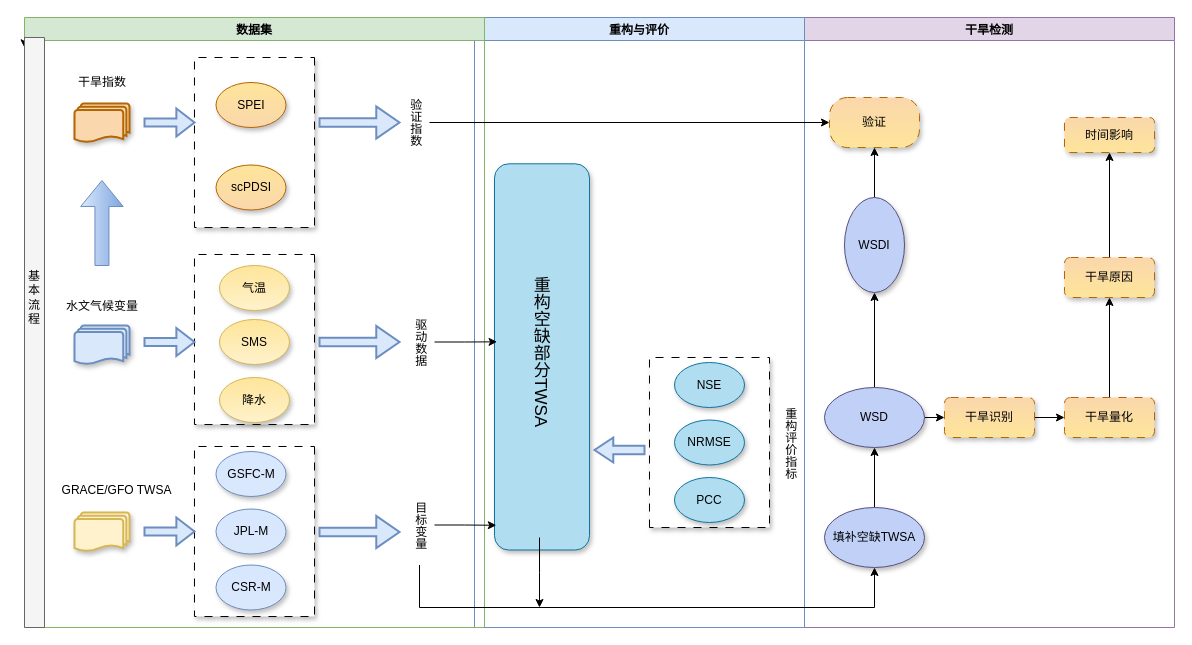
The draw.io diagram Drought.drawio in lesmorts/Notes, before the edit. Source tidied: cells renumbered, new cells numbered last; positions are measured from the earlier drawing's top-left corner, leaving out a move shared by most shapes. Both pictures are drawn from the tidied source at 100%, with x=0, y=0 at pixel (24, 17).
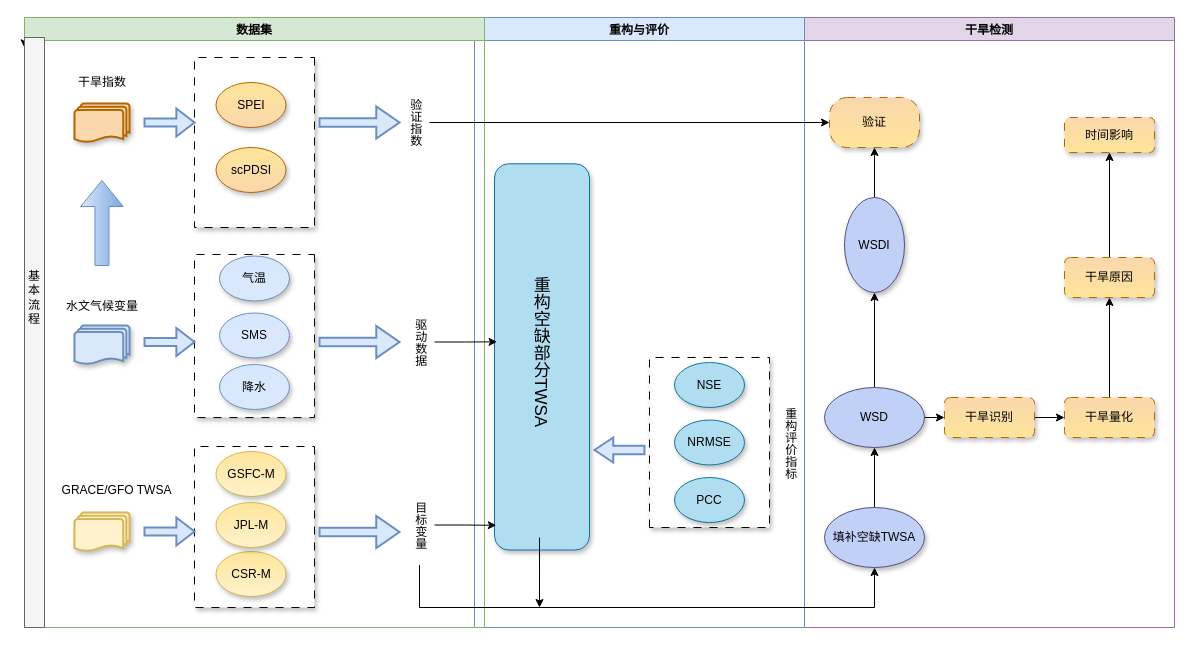
Above is the later version.

The change refers to these unchanged cells:
```xml
<mxCell id="27" value="数据集" style="swimlane;fillColor=#d5e8d4;strokeColor=#82b366;" parent="1" vertex="1">
  <mxGeometry width="460" height="610" as="geometry" />
</mxCell>
```

The edit, as a diff of the source:
```diff
@@
     <mxCell id="35" style="rounded=0;whiteSpace=wrap;html=1;arcSize=15;glass=0;dashed=1;dashPattern=8 8;shadow=1;direction=south;" parent="27" vertex="1">
-      <mxGeometry x="170" y="429" width="120" height="170" as="geometry" />
+      <mxGeometry x="170" y="429" width="120" height="161" as="geometry" />
     </mxCell>
-    <mxCell id="36" value="CSR-M" style="ellipse;whiteSpace=wrap;html=1;fillColor=#dae8fc;gradientColor=#d7e7fe;strokeColor=#6c8ebf;align=center;verticalAlign=middle;fontFamily=Helvetica;fontSize=12;fontColor=default;shadow=1;direction=west;" parent="27" vertex="1">
-      <mxGeometry x="191.5" y="547.5" width="70" height="45" as="geometry" />
+    <mxCell id="36" value="CSR-M" style="ellipse;whiteSpace=wrap;html=1;fillColor=#fff2cc;gradientColor=#fee59a;strokeColor=#d6b656;align=center;verticalAlign=middle;fontFamily=Helvetica;fontSize=12;fontColor=default;shadow=1;direction=west;" parent="27" vertex="1">
+      <mxGeometry x="191.5" y="534" width="70" height="45" as="geometry" />
     </mxCell>
-    <mxCell id="37" value="GSFC-M" style="ellipse;whiteSpace=wrap;html=1;fillColor=#dae8fc;gradientColor=#d7e7fe;strokeColor=#6c8ebf;shadow=1;direction=west;" parent="27" vertex="1">
+    <mxCell id="37" value="GSFC-M" style="ellipse;whiteSpace=wrap;html=1;fillColor=#fff2cc;gradientColor=#fee59a;strokeColor=#d6b656;shadow=1;direction=west;align=center;verticalAlign=middle;fontFamily=Helvetica;fontSize=12;fontColor=default;" parent="27" vertex="1">
       <mxGeometry x="191.5" y="434" width="70" height="45" as="geometry" />
     </mxCell>
-    <mxCell id="38" value="JPL-M" style="ellipse;whiteSpace=wrap;html=1;gradientColor=#d7e7fe;fillColor=#dae8fc;strokeColor=#6c8ebf;align=center;verticalAlign=middle;fontFamily=Helvetica;fontSize=12;fontColor=default;shadow=1;direction=west;" parent="27" vertex="1">
-      <mxGeometry x="191.5" y="491.5" width="70" height="45" as="geometry" />
+    <mxCell id="38" value="JPL-M" style="ellipse;whiteSpace=wrap;html=1;gradientColor=#fee59a;fillColor=#fff2cc;strokeColor=#d6b656;align=center;verticalAlign=middle;fontFamily=Helvetica;fontSize=12;fontColor=default;shadow=1;direction=west;" parent="27" vertex="1">
+      <mxGeometry x="191.5" y="485" width="70" height="45" as="geometry" />
     </mxCell>
@@
     <mxCell id="40" value="scPDSI" style="ellipse;whiteSpace=wrap;html=1;fillColor=#fad7ac;gradientColor=#fee59a;strokeColor=#b46504;align=center;verticalAlign=middle;fontFamily=Helvetica;fontSize=12;shadow=1;fontColor=default;direction=west;" parent="27" vertex="1">
-      <mxGeometry x="191.5" y="147.5" width="70" height="45" as="geometry" />
+      <mxGeometry x="191.5" y="130" width="70" height="45" as="geometry" />
     </mxCell>
@@
     <mxCell id="43" style="rounded=0;whiteSpace=wrap;html=1;arcSize=15;glass=0;dashed=1;dashPattern=8 8;shadow=1;direction=south;" parent="27" vertex="1">
-      <mxGeometry x="170" y="237" width="120" height="170" as="geometry" />
+      <mxGeometry x="170" y="237" width="120" height="163" as="geometry" />
     </mxCell>
-    <mxCell id="44" value="气温" style="ellipse;whiteSpace=wrap;html=1;fillColor=#fff2cc;gradientColor=#fee59a;strokeColor=#d6b656;shadow=1;align=center;verticalAlign=middle;fontFamily=Helvetica;fontSize=12;fontColor=default;direction=west;" parent="27" vertex="1">
-      <mxGeometry x="195" y="248" width="70" height="45" as="geometry" />
+    <mxCell id="44" value="气温" style="ellipse;whiteSpace=wrap;html=1;fillColor=#dae8fc;gradientColor=#d7e7fe;strokeColor=#6c8ebf;shadow=1;align=center;verticalAlign=middle;fontFamily=Helvetica;fontSize=12;fontColor=default;direction=west;" parent="27" vertex="1">
+      <mxGeometry x="195" y="238.5" width="70" height="45" as="geometry" />
     </mxCell>
-    <mxCell id="45" value="SMS" style="ellipse;whiteSpace=wrap;html=1;gradientColor=#fee59a;fillColor=#fff2cc;strokeColor=#d6b656;align=center;verticalAlign=middle;fontFamily=Helvetica;fontSize=12;fontColor=default;shadow=1;direction=west;" parent="27" vertex="1">
-      <mxGeometry x="195" y="302" width="70" height="45" as="geometry" />
+    <mxCell id="45" value="SMS" style="ellipse;whiteSpace=wrap;html=1;gradientColor=#d7e7fe;fillColor=#dae8fc;strokeColor=#6c8ebf;align=center;verticalAlign=middle;fontFamily=Helvetica;fontSize=12;fontColor=default;shadow=1;direction=west;" parent="27" vertex="1">
+      <mxGeometry x="195" y="295.5" width="70" height="45" as="geometry" />
     </mxCell>
-    <mxCell id="46" value="降水" style="ellipse;whiteSpace=wrap;html=1;fillColor=#fff2cc;gradientColor=#fee59a;strokeColor=#d6b656;align=center;verticalAlign=middle;fontFamily=Helvetica;fontSize=12;shadow=1;fontColor=default;direction=west;" parent="27" vertex="1">
-      <mxGeometry x="195" y="360" width="70" height="45" as="geometry" />
+    <mxCell id="46" value="降水" style="ellipse;whiteSpace=wrap;html=1;fillColor=#dae8fc;gradientColor=#d7e7fe;strokeColor=#6c8ebf;align=center;verticalAlign=middle;fontFamily=Helvetica;fontSize=12;shadow=1;fontColor=default;direction=west;" parent="27" vertex="1">
+      <mxGeometry x="195" y="347" width="70" height="45" as="geometry" />
     </mxCell>
```
